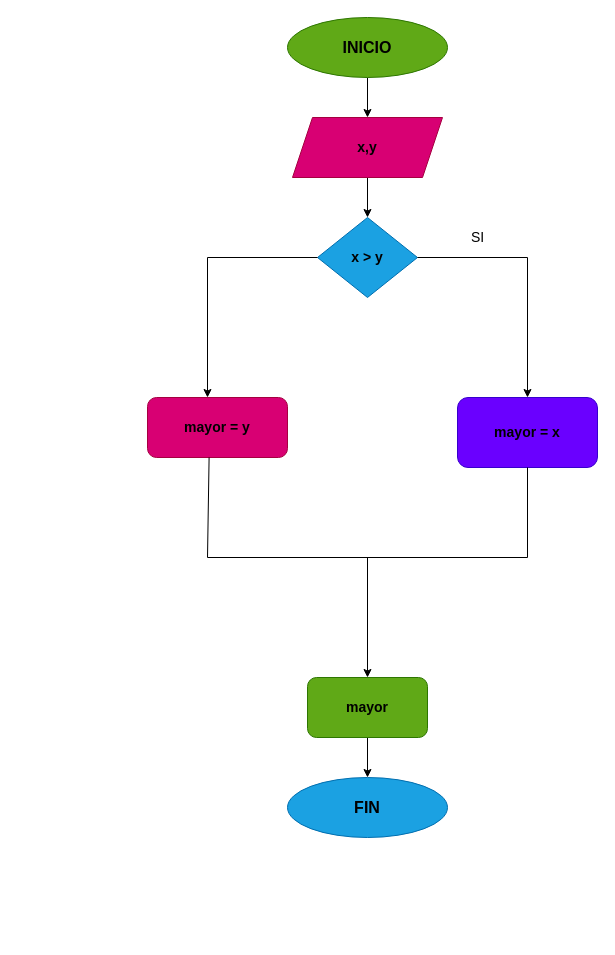
The draw.io diagram diagrama.drawio in laurarojas1456/mayor_2enteros, before the edit. Source tidied: cells renumbered, new cells numbered last; positions are measured from the earlier drawing's top-left corner, leaving out a move shared by most shapes. Both pictures are drawn from the tidied source at 100%, with x=0, y=0 at pixel (147, 17).
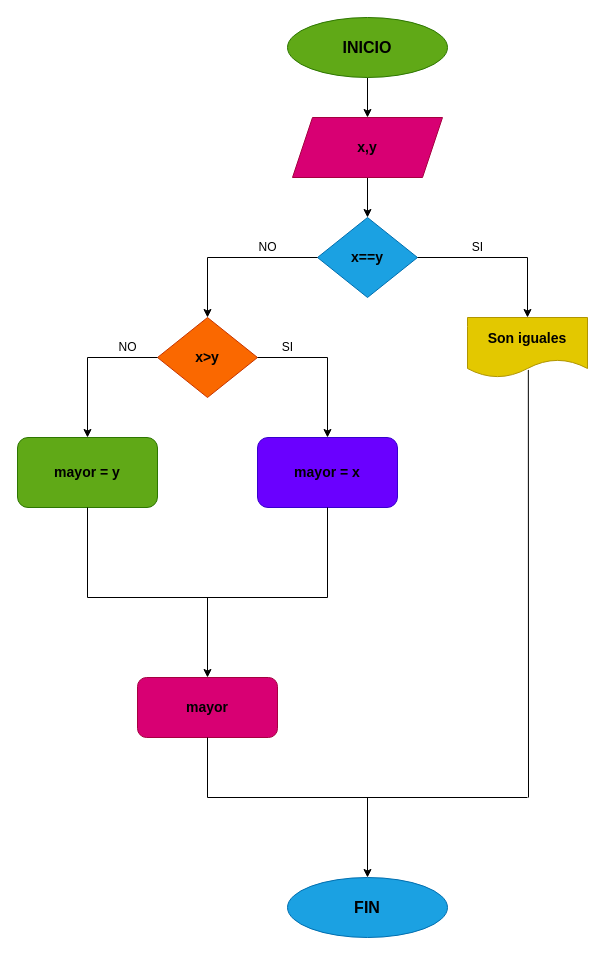
The same page after the edit.

Commit message (it also covers changes not shown here):
Se creó el diagrama de flujo y se agregó al README

Diff of the diagram source:
```diff
@@
     <mxCell id="4" value="&lt;font style=&quot;font-size: 14px;&quot; color=&quot;#000000&quot;&gt;&lt;b&gt;mayor = x&lt;/b&gt;&lt;/font&gt;" style="rounded=1;whiteSpace=wrap;html=1;fillColor=#6a00ff;fontColor=#ffffff;strokeColor=#3700CC;" parent="1" vertex="1">
-      <mxGeometry x="310" y="380" width="140" height="70" as="geometry" />
+      <mxGeometry x="110" y="420" width="140" height="70" as="geometry" />
     </mxCell>
@@
     <mxCell id="7" value="&lt;font size=&quot;3&quot; color=&quot;#000000&quot;&gt;&lt;b&gt;FIN&lt;/b&gt;&lt;/font&gt;" style="ellipse;whiteSpace=wrap;html=1;fillColor=#1ba1e2;fontColor=#ffffff;strokeColor=#006EAF;" parent="1" vertex="1">
-      <mxGeometry x="140" y="760" width="160" height="60" as="geometry" />
+      <mxGeometry x="140" y="860" width="160" height="60" as="geometry" />
     </mxCell>
-    <mxCell id="8" value="&lt;b&gt;&lt;font color=&quot;#000000&quot;&gt;x &amp;gt; y&lt;/font&gt;&lt;/b&gt;" style="rhombus;whiteSpace=wrap;html=1;fontSize=14;fontColor=#ffffff;fillColor=#1ba1e2;strokeColor=#006EAF;" parent="1" vertex="1">
+    <mxCell id="8" value="&lt;font color=&quot;#000000&quot;&gt;&lt;b&gt;x==y&lt;/b&gt;&lt;/font&gt;" style="rhombus;whiteSpace=wrap;html=1;fontSize=14;fontColor=#ffffff;fillColor=#1ba1e2;strokeColor=#006EAF;" parent="1" vertex="1">
       <mxGeometry x="170" y="200" width="100" height="80" as="geometry" />
     </mxCell>
@@
-    <mxCell id="10" style="endArrow=classic;html=1;fontSize=14;fontColor=#000000;" parent="1" edge="1">
-      <mxGeometry relative="1" as="geometry">
-        <mxPoint x="380" y="240" as="sourcePoint" />
-        <mxPoint x="380" y="380" as="targetPoint" />
-      </mxGeometry>
-    </mxCell>
@@
-    <mxCell id="12" style="endArrow=classic;html=1;fontSize=14;fontColor=#000000;" parent="1" edge="1">
-      <mxGeometry relative="1" as="geometry">
-        <mxPoint x="60" y="240" as="sourcePoint" />
-        <mxPoint x="60" y="380" as="targetPoint" />
-      </mxGeometry>
-    </mxCell>
-    <mxCell id="13" value="&lt;font color=&quot;#000000&quot;&gt;&lt;b&gt;mayor = y&lt;/b&gt;&lt;/font&gt;" style="rounded=1;whiteSpace=wrap;html=1;fontSize=14;fontColor=#ffffff;fillColor=#d80073;strokeColor=#A50040;" parent="1" vertex="1">
-      <mxGeometry y="380" width="140" height="60" as="geometry" />
+    <mxCell id="13" value="&lt;font color=&quot;#000000&quot;&gt;&lt;b&gt;mayor&lt;/b&gt;&lt;/font&gt;" style="rounded=1;whiteSpace=wrap;html=1;fontSize=14;fontColor=#ffffff;fillColor=#d80073;strokeColor=#A50040;" parent="1" vertex="1">
+      <mxGeometry x="-10" y="660" width="140" height="60" as="geometry" />
     </mxCell>
-    <mxCell id="14" style="endArrow=none;html=1;fontSize=14;fontColor=#000000;entryX=0.5;entryY=1;entryDx=0;entryDy=0;" parent="1" edge="1" target="4">
-      <mxGeometry relative="1" as="geometry">
-        <mxPoint x="380" y="540" as="sourcePoint" />
-      </mxGeometry>
-    </mxCell>
-    <mxCell id="15" style="endArrow=none;html=1;fontSize=14;fontColor=#000000;exitX=0.44;exitY=1;exitDx=0;exitDy=0;exitPerimeter=0;" parent="1" edge="1" source="13">
-      <mxGeometry relative="1" as="geometry">
-        <mxPoint x="60" y="540" as="targetPoint" />
-      </mxGeometry>
-    </mxCell>
-    <mxCell id="16" value="SI" style="text;html=1;align=center;verticalAlign=middle;strokeColor=none;fillColor=none;fontSize=14;fontColor=#000000;" parent="1" vertex="1">
-      <mxGeometry x="310" y="205" width="40" height="30" as="geometry" />
-    </mxCell>
-    <mxCell id="17" style="endArrow=none;html=1;fontSize=14;fontColor=#000000;" parent="1" edge="1">
-      <mxGeometry relative="1" as="geometry">
-        <mxPoint x="60" y="540" as="sourcePoint" />
-        <mxPoint x="380" y="540" as="targetPoint" />
-      </mxGeometry>
-    </mxCell>
-    <mxCell id="18" style="endArrow=classic;html=1;fontSize=14;fontColor=#000000;" parent="1" edge="1">
-      <mxGeometry relative="1" as="geometry">
-        <mxPoint x="220" y="540" as="sourcePoint" />
-        <mxPoint x="220" y="660" as="targetPoint" />
-      </mxGeometry>
-    </mxCell>
-    <mxCell id="19" style="edgeStyle=none;html=1;fontSize=14;fontColor=#000000;" parent="1" edge="1" source="20">
-      <mxGeometry relative="1" as="geometry">
-        <mxPoint x="220" y="760" as="targetPoint" />
-      </mxGeometry>
-    </mxCell>
-    <mxCell id="20" value="&lt;font color=&quot;#000000&quot;&gt;&lt;b&gt;mayor&lt;/b&gt;&lt;/font&gt;" style="rounded=1;whiteSpace=wrap;html=1;fontSize=14;fontColor=#ffffff;fillColor=#60a917;strokeColor=#2D7600;" parent="1" vertex="1">
-      <mxGeometry x="160" y="660" width="120" height="60" as="geometry" />
+    <mxCell id="20" value="&lt;font color=&quot;#000000&quot;&gt;&lt;b&gt;mayor = y&lt;/b&gt;&lt;/font&gt;" style="rounded=1;whiteSpace=wrap;html=1;fontSize=14;fontColor=#ffffff;fillColor=#60a917;strokeColor=#2D7600;" parent="1" vertex="1">
+      <mxGeometry x="-130" y="420" width="140" height="70" as="geometry" />
     </mxCell>
+    <mxCell id="21" style="endArrow=classic;html=1;" parent="1" edge="1">
+      <mxGeometry relative="1" as="geometry">
+        <mxPoint x="60" y="240" as="sourcePoint" />
+        <mxPoint x="60" y="300" as="targetPoint" />
+      </mxGeometry>
+    </mxCell>
+    <mxCell id="22" value="&lt;font style=&quot;font-size: 14px;&quot; color=&quot;#000000&quot;&gt;&lt;b&gt;x&amp;gt;y&lt;/b&gt;&lt;/font&gt;" style="rhombus;whiteSpace=wrap;html=1;fillColor=#fa6800;fontColor=#000000;strokeColor=#C73500;" parent="1" vertex="1">
+      <mxGeometry x="10" y="300" width="100" height="80" as="geometry" />
+    </mxCell>
+    <mxCell id="23" style="endArrow=none;html=1;exitX=1;exitY=0.5;exitDx=0;exitDy=0;" parent="1" edge="1" source="22">
+      <mxGeometry relative="1" as="geometry">
+        <mxPoint x="180" y="340" as="targetPoint" />
+      </mxGeometry>
+    </mxCell>
+    <mxCell id="24" style="endArrow=classic;html=1;" parent="1" edge="1">
+      <mxGeometry relative="1" as="geometry">
+        <mxPoint x="180" y="340" as="sourcePoint" />
+        <mxPoint x="180" y="420" as="targetPoint" />
+      </mxGeometry>
+    </mxCell>
+    <mxCell id="25" style="endArrow=none;html=1;exitX=0;exitY=0.5;exitDx=0;exitDy=0;" parent="1" edge="1" source="22">
+      <mxGeometry relative="1" as="geometry">
+        <mxPoint x="-60" y="340" as="targetPoint" />
+      </mxGeometry>
+    </mxCell>
+    <mxCell id="26" style="endArrow=classic;html=1;" parent="1" edge="1">
+      <mxGeometry relative="1" as="geometry">
+        <mxPoint x="-60" y="340" as="sourcePoint" />
+        <mxPoint x="-60" y="420" as="targetPoint" />
+      </mxGeometry>
+    </mxCell>
+    <mxCell id="27" style="endArrow=none;html=1;entryX=0.5;entryY=1;entryDx=0;entryDy=0;" parent="1" edge="1" target="4">
+      <mxGeometry relative="1" as="geometry">
+        <mxPoint x="180" y="580" as="sourcePoint" />
+      </mxGeometry>
+    </mxCell>
+    <mxCell id="28" style="endArrow=none;html=1;exitX=0.5;exitY=1;exitDx=0;exitDy=0;" parent="1" edge="1" source="20">
+      <mxGeometry relative="1" as="geometry">
+        <mxPoint x="-60" y="580" as="targetPoint" />
+      </mxGeometry>
+    </mxCell>
+    <mxCell id="29" style="endArrow=none;html=1;" parent="1" edge="1">
+      <mxGeometry relative="1" as="geometry">
+        <mxPoint x="-60" y="580" as="sourcePoint" />
+        <mxPoint x="180" y="580" as="targetPoint" />
+      </mxGeometry>
+    </mxCell>
+    <mxCell id="30" style="endArrow=classic;html=1;" parent="1" edge="1">
+      <mxGeometry relative="1" as="geometry">
+        <mxPoint x="60" y="580" as="sourcePoint" />
+        <mxPoint x="60" y="660" as="targetPoint" />
+      </mxGeometry>
+    </mxCell>
+    <mxCell id="31" style="endArrow=none;html=1;exitX=0.5;exitY=1;exitDx=0;exitDy=0;" parent="1" edge="1" source="13">
+      <mxGeometry relative="1" as="geometry">
+        <mxPoint x="60" y="780" as="targetPoint" />
+      </mxGeometry>
+    </mxCell>
+    <mxCell id="32" style="endArrow=classic;html=1;" parent="1" edge="1">
+      <mxGeometry relative="1" as="geometry">
+        <mxPoint x="380" y="240" as="sourcePoint" />
+        <mxPoint x="380" y="300" as="targetPoint" />
+      </mxGeometry>
+    </mxCell>
+    <mxCell id="33" value="&lt;span style=&quot;font-size: 14px;&quot;&gt;&lt;b&gt;Son iguales&lt;/b&gt;&lt;/span&gt;" style="shape=document;whiteSpace=wrap;html=1;boundedLbl=1;fillColor=#e3c800;fontColor=#000000;strokeColor=#B09500;" parent="1" vertex="1">
+      <mxGeometry x="320" y="300" width="120" height="60" as="geometry" />
+    </mxCell>
+    <mxCell id="34" value="NO" style="text;html=1;align=center;verticalAlign=middle;strokeColor=none;fillColor=none;" parent="1" vertex="1">
+      <mxGeometry x="100" y="215" width="40" height="30" as="geometry" />
+    </mxCell>
+    <mxCell id="35" value="SI" style="text;html=1;align=center;verticalAlign=middle;strokeColor=none;fillColor=none;" parent="1" vertex="1">
+      <mxGeometry x="315" y="215" width="30" height="30" as="geometry" />
+    </mxCell>
+    <mxCell id="36" value="NO" style="text;html=1;align=center;verticalAlign=middle;strokeColor=none;fillColor=none;" parent="1" vertex="1">
+      <mxGeometry x="-40" y="315" width="40" height="30" as="geometry" />
+    </mxCell>
+    <mxCell id="37" value="SI" style="text;html=1;align=center;verticalAlign=middle;strokeColor=none;fillColor=none;" parent="1" vertex="1">
+      <mxGeometry x="125" y="315" width="30" height="30" as="geometry" />
+    </mxCell>
+    <mxCell id="38" style="endArrow=none;html=1;entryX=0.507;entryY=0.874;entryDx=0;entryDy=0;entryPerimeter=0;" parent="1" edge="1" target="33">
+      <mxGeometry relative="1" as="geometry">
+        <mxPoint x="381" y="780" as="sourcePoint" />
+      </mxGeometry>
+    </mxCell>
+    <mxCell id="39" style="endArrow=none;html=1;" parent="1" edge="1">
+      <mxGeometry relative="1" as="geometry">
+        <mxPoint x="60" y="780" as="sourcePoint" />
+        <mxPoint x="380" y="780" as="targetPoint" />
+      </mxGeometry>
+    </mxCell>
+    <mxCell id="40" style="endArrow=classic;html=1;" parent="1" edge="1">
+      <mxGeometry relative="1" as="geometry">
+        <mxPoint x="220" y="780" as="sourcePoint" />
+        <mxPoint x="220" y="860" as="targetPoint" />
+      </mxGeometry>
+    </mxCell>
```
